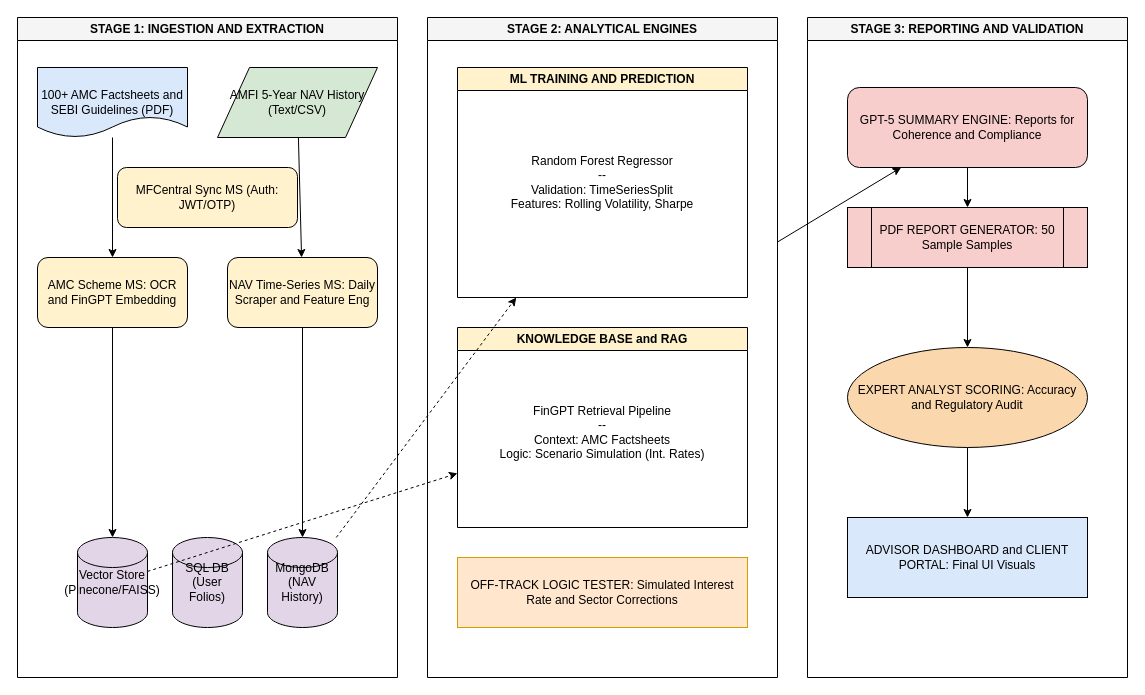
Before: docs/diagrams/aiml-wms.v02.drawio in govindthange/agentic-wealth-advisor-crew, a draw.io diagram. Source tidied: cells renumbered, new cells numbered last; positions are measured from the earlier drawing's top-left corner, leaving out a move shared by most shapes. Both pictures are drawn from the tidied source at 100%, with x=0, y=0 at pixel (17, 17).
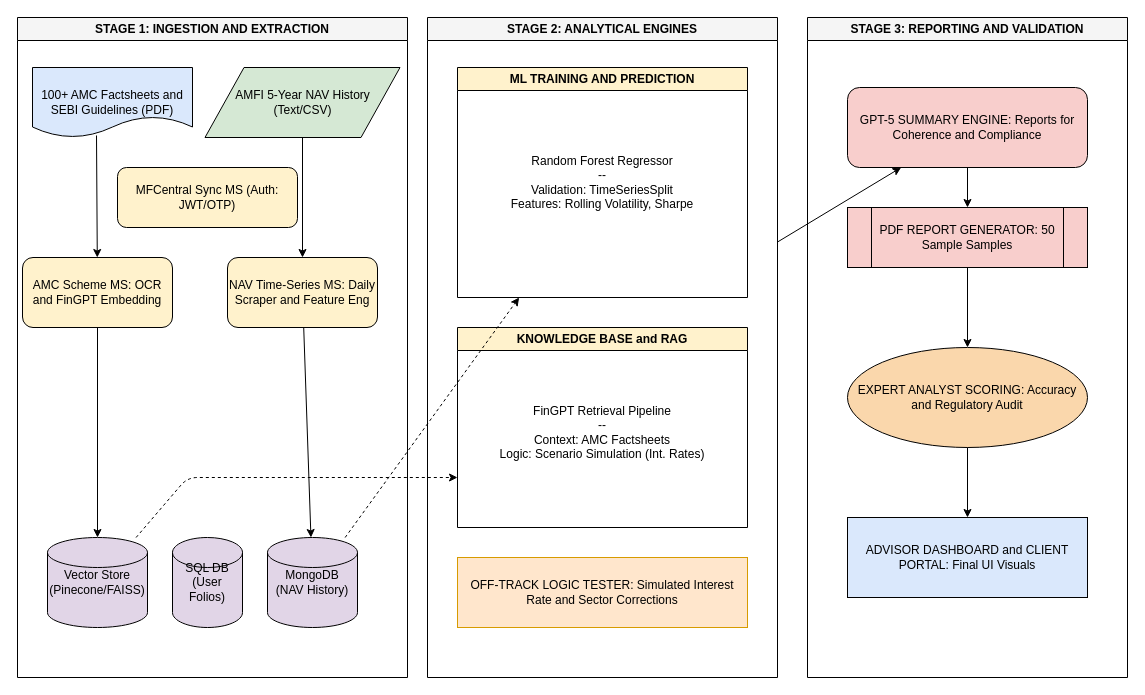
The same page after the edit.

Unchanged cells that the change refers to:
```xml
<mxCell id="14" value="KNOWLEDGE BASE and RAG" style="swimlane;whiteSpace=wrap;html=1;fillColor=#fff2cc;" parent="11" vertex="1">
  <mxGeometry x="30" y="310" width="290" height="200" as="geometry" />
</mxCell>
```

Change to the diagram source:
```diff
@@
     <mxCell id="2" value="STAGE 1: INGESTION AND EXTRACTION" style="swimlane;whiteSpace=wrap;html=1;fillColor=#f5f5f5;fontStyle=1;" parent="1" vertex="1">
-      <mxGeometry width="380" height="660" as="geometry" />
+      <mxGeometry width="390" height="660" as="geometry" />
     </mxCell>
     <mxCell id="3" value="100+ AMC Factsheets and SEBI Guidelines (PDF)" style="shape=document;whiteSpace=wrap;html=1;fillColor=#dae8fc;" parent="2" vertex="1">
-      <mxGeometry x="20" y="50" width="150" height="70" as="geometry" />
+      <mxGeometry x="15" y="50" width="160" height="70" as="geometry" />
     </mxCell>
     <mxCell id="4" value="AMFI 5-Year NAV History (Text/CSV)" style="shape=parallelogram;whiteSpace=wrap;html=1;fillColor=#d5e8d4;" parent="2" vertex="1">
-      <mxGeometry x="200" y="50" width="160" height="70" as="geometry" />
+      <mxGeometry x="187.5" y="50" width="195" height="70" as="geometry" />
     </mxCell>
@@
     <mxCell id="6" value="AMC Scheme MS: OCR and FinGPT Embedding" style="rounded=1;whiteSpace=wrap;html=1;fillColor=#fff2cc;" parent="2" vertex="1">
-      <mxGeometry x="20" y="240" width="150" height="70" as="geometry" />
+      <mxGeometry x="5" y="240" width="150" height="70" as="geometry" />
     </mxCell>
@@
     <mxCell id="8" value="Vector Store (Pinecone/FAISS)" style="shape=cylinder3;whiteSpace=wrap;html=1;fillColor=#e1d5e7;" parent="2" vertex="1">
-      <mxGeometry x="60" y="520" width="70" height="90" as="geometry" />
+      <mxGeometry x="30" y="520" width="100" height="90" as="geometry" />
     </mxCell>
@@
-    <mxCell id="10" value="MongoDB (NAV History)" style="shape=cylinder3;whiteSpace=wrap;html=1;fillColor=#e1d5e7;" parent="2" vertex="1">
-      <mxGeometry x="250" y="520" width="70" height="90" as="geometry" />
+    <mxCell id="10" value="MongoDB&lt;div&gt;(NAV History)&lt;/div&gt;" style="shape=cylinder3;whiteSpace=wrap;html=1;fillColor=#e1d5e7;" parent="2" vertex="1">
+      <mxGeometry x="250" y="520" width="90" height="90" as="geometry" />
     </mxCell>
@@
-    <mxCell id="22" parent="1" edge="1" source="3" target="6">
+    <mxCell id="22" style="exitX=0.4;exitY=0.971;exitDx=0;exitDy=0;exitPerimeter=0;" parent="1" edge="1" source="3" target="6">
       <mxGeometry relative="1" as="geometry" />
     </mxCell>
@@
-    <mxCell id="27" style="dashed=1;" parent="1" edge="1" source="8" target="14">
-      <mxGeometry relative="1" as="geometry" />
+    <mxCell id="27" style="dashed=1;entryX=0;entryY=0.75;entryDx=0;entryDy=0;" parent="1" edge="1" source="8" target="14">
+      <mxGeometry relative="1" as="geometry">
+        <Array as="points">
+          <mxPoint x="170" y="460" />
+        </Array>
+      </mxGeometry>
     </mxCell>
```
